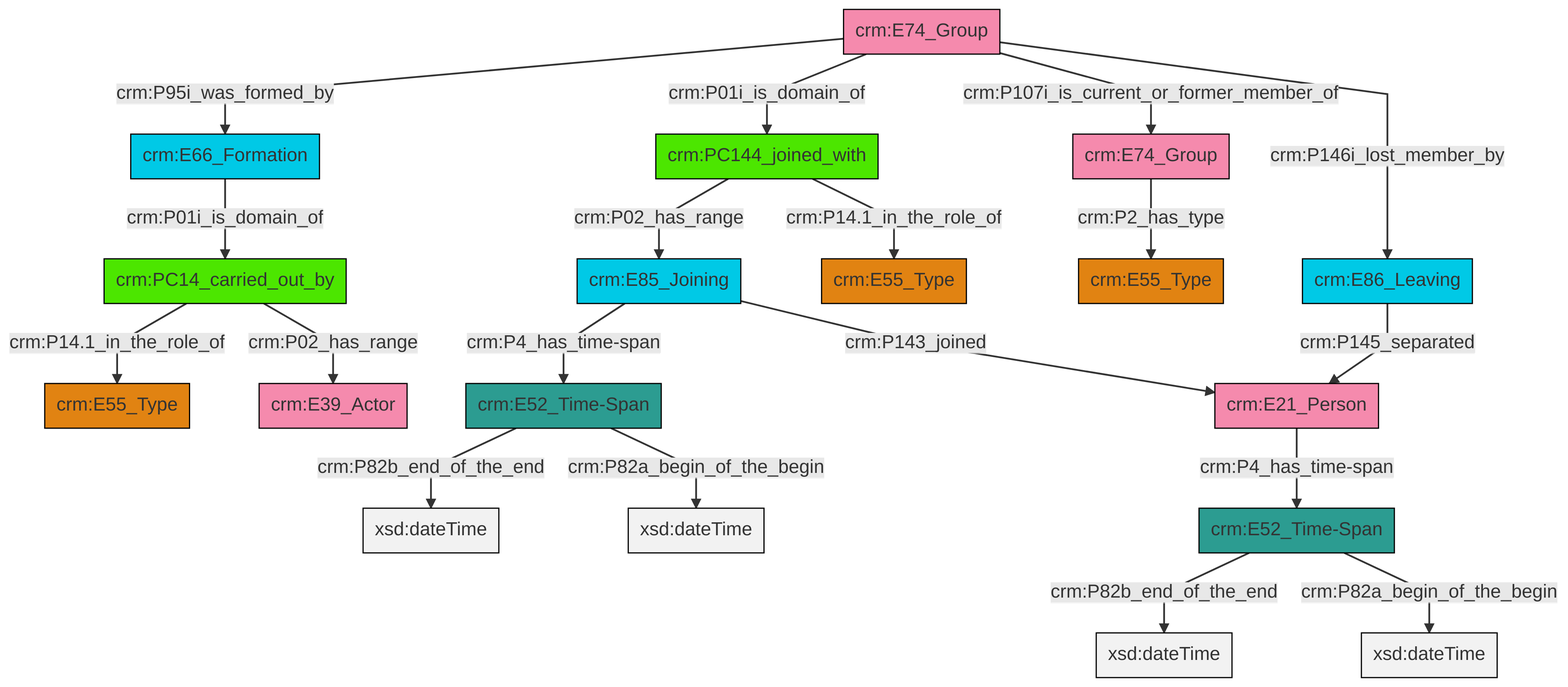
Above: et/groupCSV/ttl/mmd/png/group_actor_relations.png in swiss-art-research-net/docs.swissartresearch (Mermaid), before the change. Its source is kept beside it as et/groupCSV/ttl/mmd/group_actor_relations.ttl.mmd.
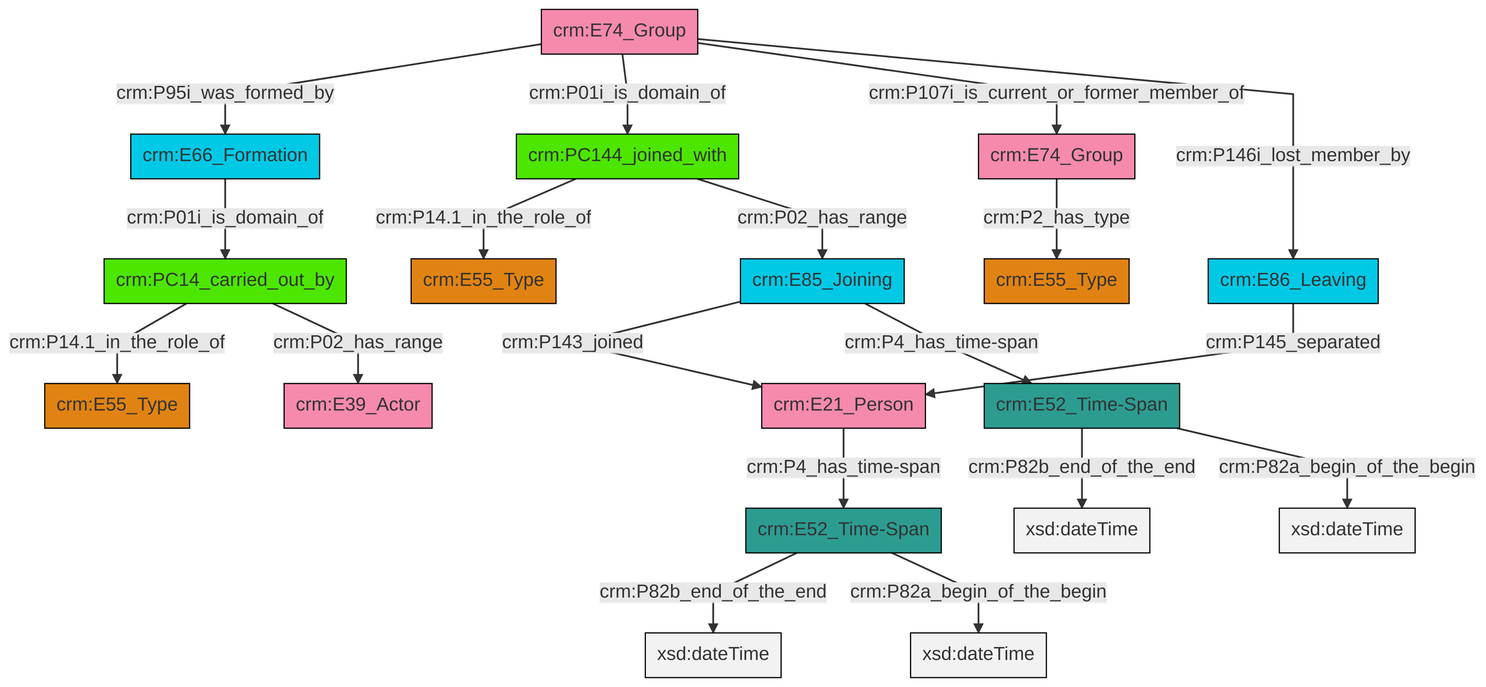
After the commit.

The edit, as a diff of the source:
```diff
@@ -13,21 +13,21 @@
 classDef PC_Classes fill:#4ce600, stroke:#000000;
 classDef Multi fill:#cccccc,stroke:#000000;
 
-2["crm:E52_Time-Span"]:::Time-Span -->|crm:P82b_end_of_the_end| 3[xsd:dateTime]:::Literal
-6["crm:E66_Formation"]:::Temporal_Entity -->|crm:P01i_is_domain_of| 7["crm:PC14_carried_out_by"]:::PC_Classes
-8["crm:PC144_joined_with"]:::PC_Classes -->|crm:P02_has_range| 4["crm:E85_Joining"]:::Temporal_Entity
-0["crm:E74_Group"]:::Actor -->|crm:P95i_was_formed_by| 6["crm:E66_Formation"]:::Temporal_Entity
-11["crm:E52_Time-Span"]:::Time-Span -->|crm:P82b_end_of_the_end| 12[xsd:dateTime]:::Literal
-13["crm:E74_Group"]:::Actor -->|crm:P2_has_type| 9["crm:E55_Type"]:::Type
-2["crm:E52_Time-Span"]:::Time-Span -->|crm:P82a_begin_of_the_begin| 14[xsd:dateTime]:::Literal
-7["crm:PC14_carried_out_by"]:::PC_Classes -->|crm:P14.1_in_the_role_of| 16["crm:E55_Type"]:::Type
-7["crm:PC14_carried_out_by"]:::PC_Classes -->|crm:P02_has_range| 17["crm:E39_Actor"]:::Actor
-18["crm:E86_Leaving"]:::Temporal_Entity -->|crm:P145_separated| 19["crm:E21_Person"]:::Actor
-4["crm:E85_Joining"]:::Temporal_Entity -->|crm:P4_has_time-span| 11["crm:E52_Time-Span"]:::Time-Span
-8["crm:PC144_joined_with"]:::PC_Classes -->|crm:P14.1_in_the_role_of| 21["crm:E55_Type"]:::Type
-0["crm:E74_Group"]:::Actor -->|crm:P01i_is_domain_of| 8["crm:PC144_joined_with"]:::PC_Classes
-19["crm:E21_Person"]:::Actor -->|crm:P4_has_time-span| 2["crm:E52_Time-Span"]:::Time-Span
-11["crm:E52_Time-Span"]:::Time-Span -->|crm:P82a_begin_of_the_begin| 33[xsd:dateTime]:::Literal
-4["crm:E85_Joining"]:::Temporal_Entity -->|crm:P143_joined| 19["crm:E21_Person"]:::Actor
-0["crm:E74_Group"]:::Actor -->|crm:P107i_is_current_or_former_member_of| 13["crm:E74_Group"]:::Actor
-0["crm:E74_Group"]:::Actor -->|crm:P146i_lost_member_by| 18["crm:E86_Leaving"]:::Temporal_Entity
+0["crm:PC144_joined_with"]:::PC_Classes -->|crm:P14.1_in_the_role_of| 1["crm:E55_Type"]:::Type
+2["crm:E66_Formation"]:::Temporal_Entity -->|crm:P01i_is_domain_of| 3["crm:PC14_carried_out_by"]:::PC_Classes
+3["crm:PC14_carried_out_by"]:::PC_Classes -->|crm:P14.1_in_the_role_of| 7["crm:E55_Type"]:::Type
+0["crm:PC144_joined_with"]:::PC_Classes -->|crm:P02_has_range| 8["crm:E85_Joining"]:::Temporal_Entity
+9["crm:E52_Time-Span"]:::Time-Span -->|crm:P82b_end_of_the_end| 10[xsd:dateTime]:::Literal
+9["crm:E52_Time-Span"]:::Time-Span -->|crm:P82a_begin_of_the_begin| 11[xsd:dateTime]:::Literal
+13["crm:E21_Person"]:::Actor -->|crm:P4_has_time-span| 9["crm:E52_Time-Span"]:::Time-Span
+14["crm:E74_Group"]:::Actor -->|crm:P2_has_type| 4["crm:E55_Type"]:::Type
+15["crm:E86_Leaving"]:::Temporal_Entity -->|crm:P145_separated| 13["crm:E21_Person"]:::Actor
+3["crm:PC14_carried_out_by"]:::PC_Classes -->|crm:P02_has_range| 22["crm:E39_Actor"]:::Actor
+8["crm:E85_Joining"]:::Temporal_Entity -->|crm:P143_joined| 13["crm:E21_Person"]:::Actor
+8["crm:E85_Joining"]:::Temporal_Entity -->|crm:P4_has_time-span| 19["crm:E52_Time-Span"]:::Time-Span
+17["crm:E74_Group"]:::Actor -->|crm:P95i_was_formed_by| 2["crm:E66_Formation"]:::Temporal_Entity
+19["crm:E52_Time-Span"]:::Time-Span -->|crm:P82b_end_of_the_end| 24[xsd:dateTime]:::Literal
+19["crm:E52_Time-Span"]:::Time-Span -->|crm:P82a_begin_of_the_begin| 26[xsd:dateTime]:::Literal
+17["crm:E74_Group"]:::Actor -->|crm:P01i_is_domain_of| 0["crm:PC144_joined_with"]:::PC_Classes
+17["crm:E74_Group"]:::Actor -->|crm:P107i_is_current_or_former_member_of| 14["crm:E74_Group"]:::Actor
+17["crm:E74_Group"]:::Actor -->|crm:P146i_lost_member_by| 15["crm:E86_Leaving"]:::Temporal_Entity
```
